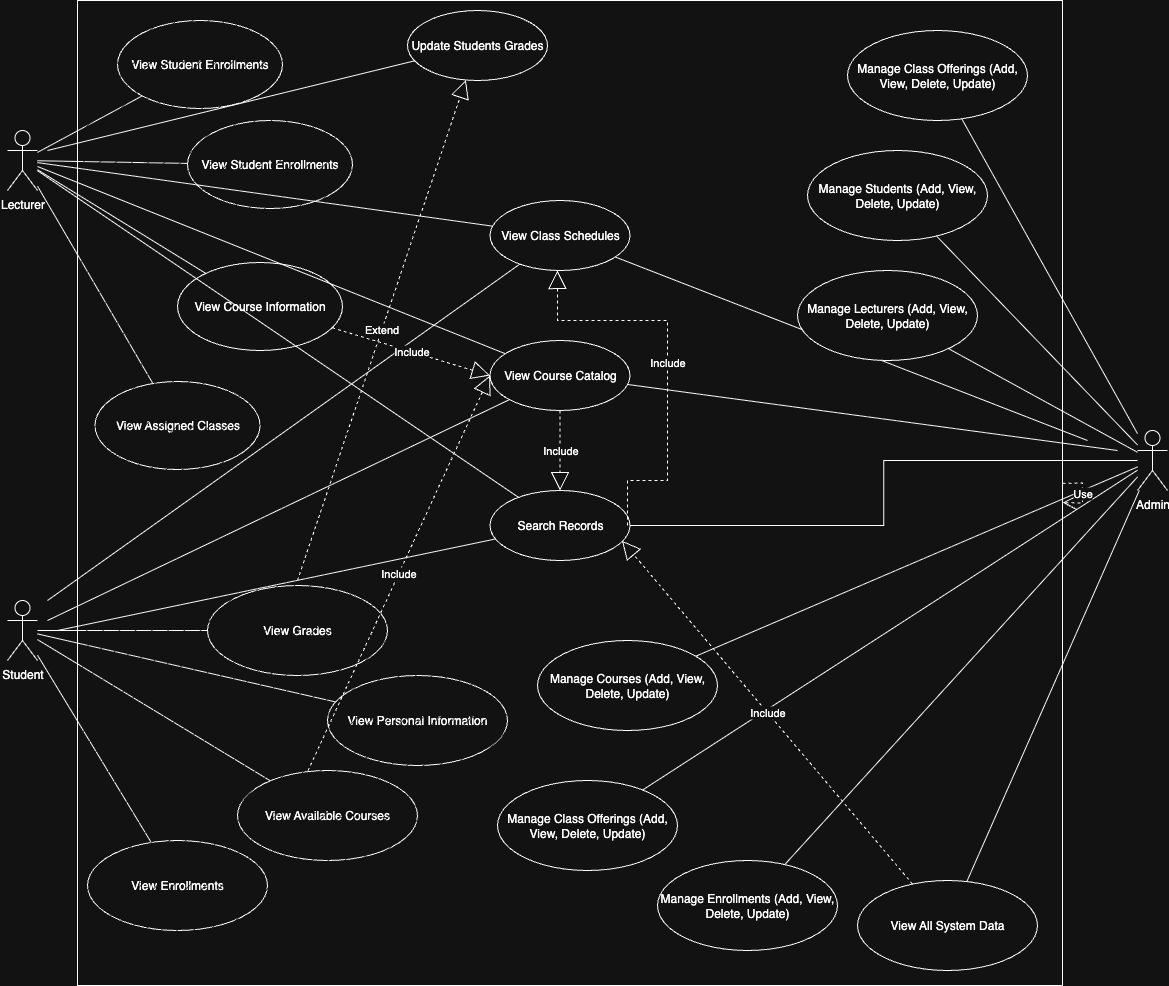
helomafra/MSE800 keeps this draw.io diagram as assets/UML_use_case.png. Above is the earlier version. Source tidied: cells renumbered, new cells last; positions are measured from the earlier drawing's top-left corner, leaving out a move shared by most shapes.
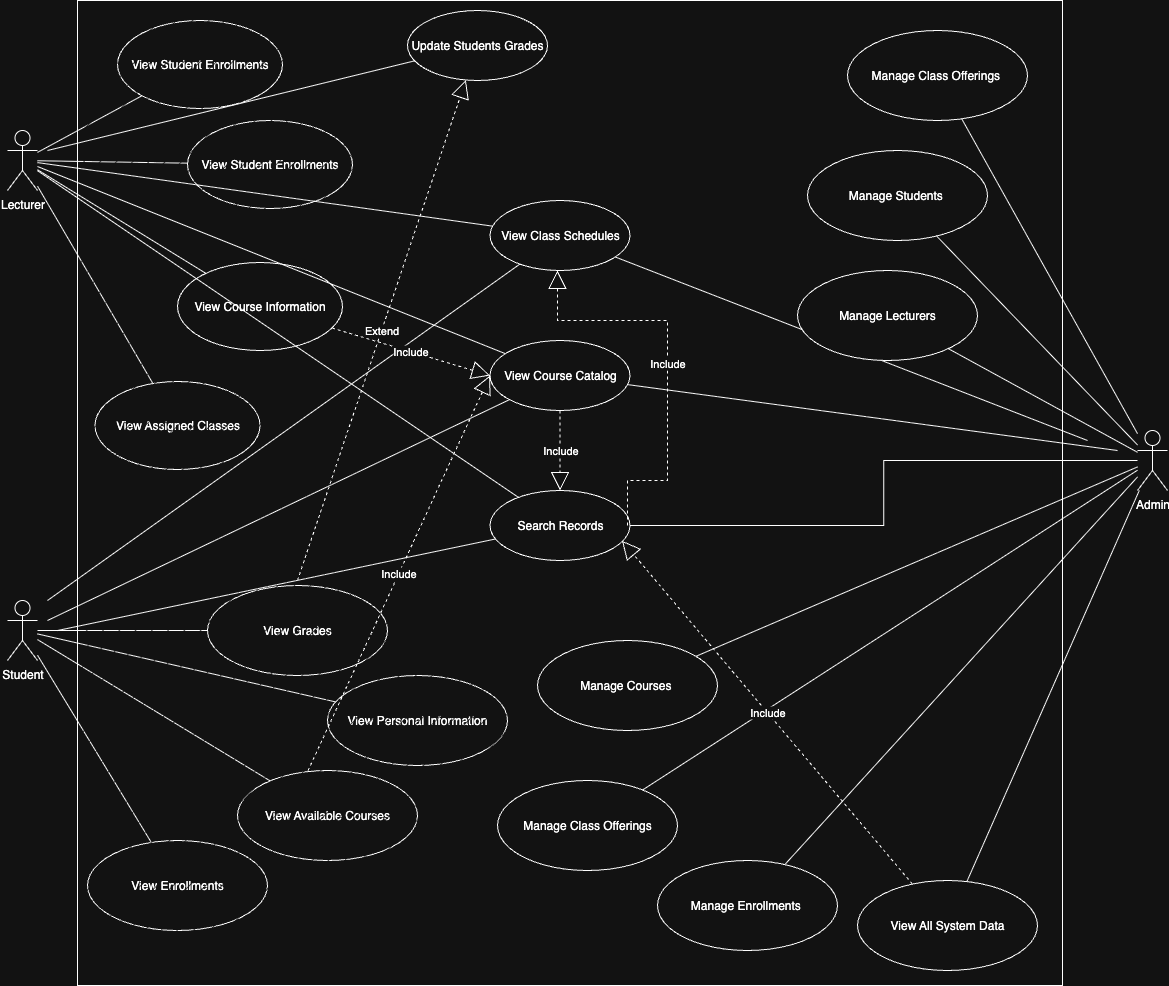
The same diagram one commit later.

Commit message:
Week4(feat): activity diagram

The edit, as a diff of the source:
```diff
@@ -81,31 +81,31 @@
     <mxCell id="26" style="rounded=0;jettySize=auto;html=1;endArrow=none;endFill=0;" parent="1" edge="1" source="27" target="25">
       <mxGeometry relative="1" as="geometry" />
     </mxCell>
-    <mxCell id="27" value="Manage Students (Add, View, Delete, Update)" style="ellipse;whiteSpace=wrap;html=1;" parent="1" vertex="1">
+    <mxCell id="27" value="Manage Students&amp;nbsp;" style="ellipse;whiteSpace=wrap;html=1;" parent="1" vertex="1">
       <mxGeometry x="800" y="150" width="180" height="90" as="geometry" />
     </mxCell>
-    <mxCell id="28" value="Manage Lecturers (Add, View, Delete, Update)" style="ellipse;whiteSpace=wrap;html=1;" parent="1" vertex="1">
+    <mxCell id="28" value="Manage Lecturers" style="ellipse;whiteSpace=wrap;html=1;" parent="1" vertex="1">
       <mxGeometry x="790" y="270" width="180" height="90" as="geometry" />
     </mxCell>
     <mxCell id="29" style="rounded=0;jettySize=auto;html=1;endArrow=none;endFill=0;" parent="1" edge="1" source="30" target="25">
       <mxGeometry relative="1" as="geometry" />
     </mxCell>
-    <mxCell id="30" value="Manage Courses (Add, View, Delete, Update)" style="ellipse;whiteSpace=wrap;html=1;" parent="1" vertex="1">
+    <mxCell id="30" value="Manage Courses&amp;nbsp;" style="ellipse;whiteSpace=wrap;html=1;" parent="1" vertex="1">
       <mxGeometry x="530" y="640" width="180" height="90" as="geometry" />
     </mxCell>
     <mxCell id="31" style="rounded=0;jettySize=auto;html=1;endArrow=none;endFill=0;" parent="1" edge="1" source="32" target="25">
       <mxGeometry relative="1" as="geometry" />
     </mxCell>
-    <mxCell id="32" value="Manage Class Offerings (Add, View, Delete, Update)" style="ellipse;whiteSpace=wrap;html=1;" parent="1" vertex="1">
+    <mxCell id="32" value="Manage Class Offerings&amp;nbsp;" style="ellipse;whiteSpace=wrap;html=1;" parent="1" vertex="1">
       <mxGeometry x="840" y="30" width="180" height="90" as="geometry" />
     </mxCell>
-    <mxCell id="33" value="Manage Class Offerings (Add, View, Delete, Update)" style="ellipse;whiteSpace=wrap;html=1;" parent="1" vertex="1">
+    <mxCell id="33" value="Manage Class Offerings" style="ellipse;whiteSpace=wrap;html=1;" parent="1" vertex="1">
       <mxGeometry x="490" y="780" width="180" height="90" as="geometry" />
     </mxCell>
     <mxCell id="34" style="rounded=0;jettySize=auto;html=1;endArrow=none;endFill=0;" parent="1" edge="1" source="35" target="25">
       <mxGeometry relative="1" as="geometry" />
     </mxCell>
-    <mxCell id="35" value="Manage Enrollments (Add, View, Delete, Update)" style="ellipse;whiteSpace=wrap;html=1;" parent="1" vertex="1">
+    <mxCell id="35" value="Manage Enrollments&amp;nbsp;" style="ellipse;whiteSpace=wrap;html=1;" parent="1" vertex="1">
       <mxGeometry x="650" y="860" width="180" height="90" as="geometry" />
     </mxCell>
     <mxCell id="36" style="rounded=0;jettySize=auto;html=1;endArrow=none;endFill=0;" parent="1" edge="1" source="37" target="25">
@@ -187,8 +187,5 @@
         <mxPoint x="290" y="580" as="sourcePoint" />
       </mxGeometry>
     </mxCell>
-    <mxCell id="56" value="Use" style="endArrow=open;endSize=12;dashed=1;html=1;rounded=0;" parent="1" edge="1" source="18" target="18">
-      <mxGeometry relative="1" as="geometry" />
-    </mxCell>
   </root>
 </mxGraphModel>
```
